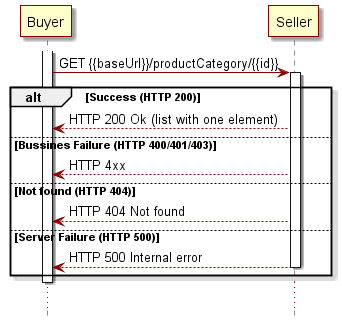
This is documentation/productApi/catalog/media/retrieveProductCategoryById-seqFlow.png from MEF-GIT/MEF-LSO-Sonata-SDK, a PlantUML export, as it was before one commit. Its diagram source:
```plantuml
@startuml
skinparam {
participantBorderColor DarkRed
participantBorderThickness 1
participantBackgroundColor BUSINESS

LifeLineBorderColor DarkRed
LifeLineBackgroundColor DarkRed

databaseBorderColor Grey
databaseBorderThickness 1

shadowing true
RoundCorner 0
LineColor DarkRed
ArrowColor DarkRed
ArrowThickness 1
}

hide footbox

participant Buyer as b
participant Seller as s

activate b
b -> s++: GET {{baseUrl}}/productCategory/{{id}}
alt Success (HTTP 200)
b <-- s: HTTP 200 Ok (list with one element)
else Bussines Failure (HTTP 400/401/403)
b <-- s: HTTP 4xx
else Not found (HTTP 404)
b <-- s: HTTP 404 Not found
else Server Failure (HTTP 500)
b <-- s--: HTTP 500 Internal error
end
deactivate b

...
@enduml
```
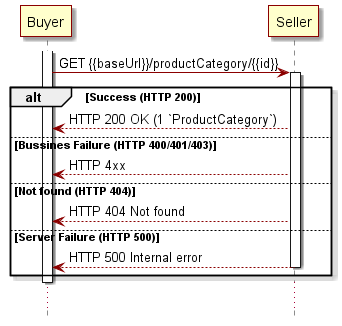
Above is the later version.

The edit, as a diff of the source:
```diff
@@ -25,7 +25,7 @@
 activate b
 b -> s++: GET {{baseUrl}}/productCategory/{{id}}
 alt Success (HTTP 200)
-b <-- s: HTTP 200 Ok (list with one element)
+b <-- s: HTTP 200 OK (1 `ProductCategory`)
 else Bussines Failure (HTTP 400/401/403)
 b <-- s: HTTP 4xx
 else Not found (HTTP 404)
```
